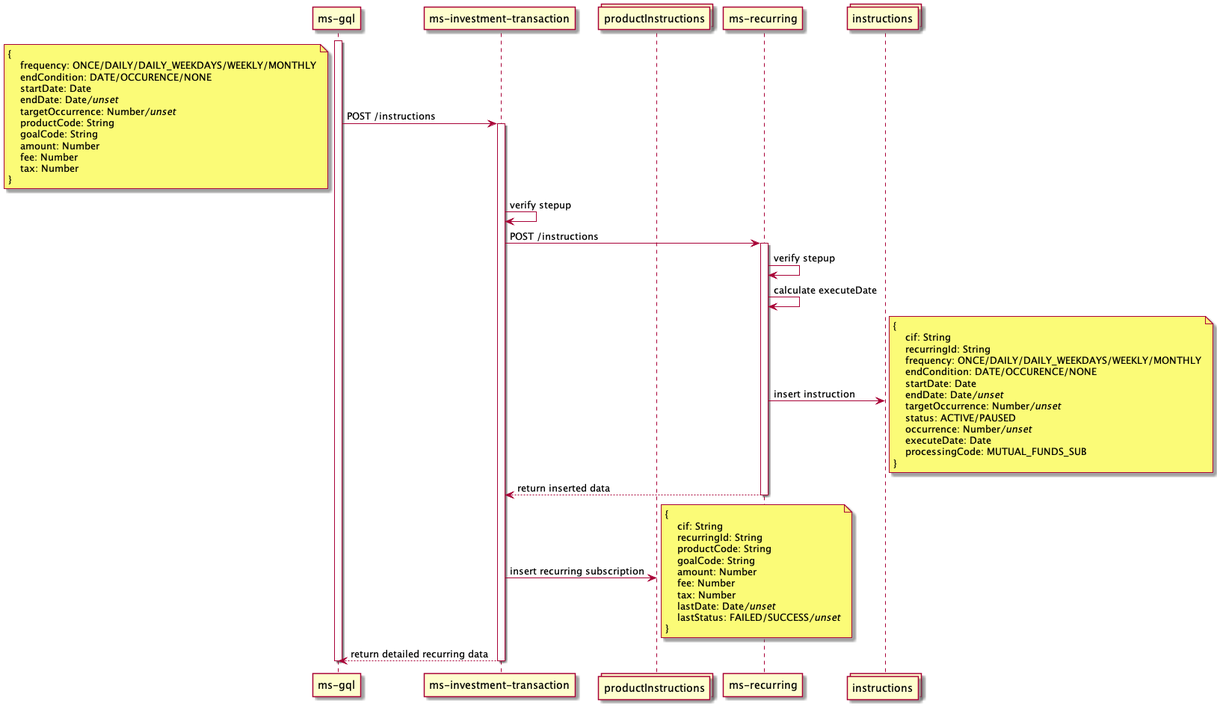
Above: out/mfRecurring/mutual funds recurring.png in iksena/jenius-uml (PlantUML), before the change.
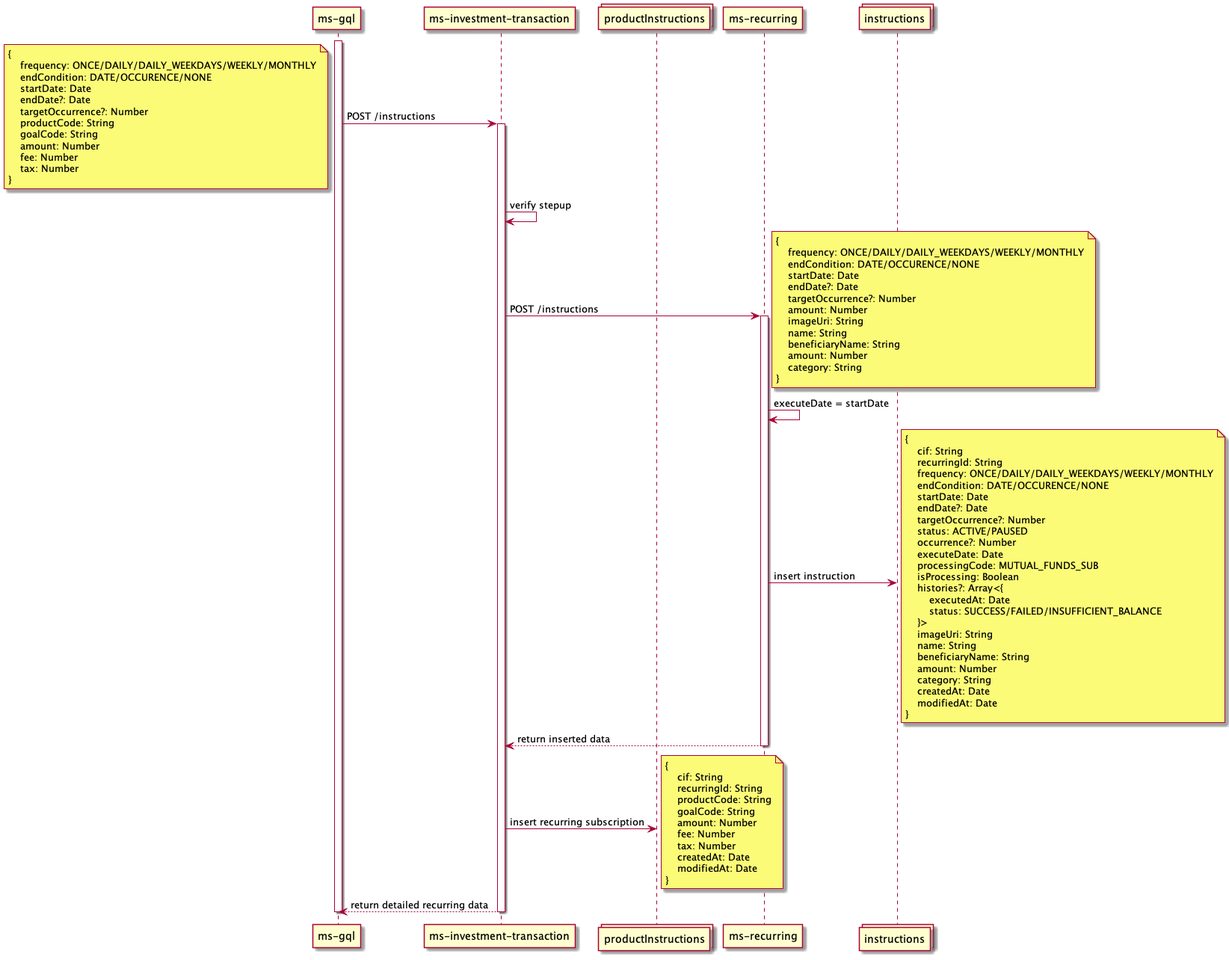
The same diagram one commit later.

Diff of the diagram source:
```diff
@@ -13,8 +13,8 @@
     frequency: ONCE/DAILY/DAILY_WEEKDAYS/WEEKLY/MONTHLY
     endCondition: DATE/OCCURENCE/NONE
     startDate: Date
-    endDate: Date///unset//
-    targetOccurrence: Number///unset//
+    endDate?: Date
+    targetOccurrence?: Number
     productCode: String
     goalCode: String
     amount: Number
@@ -25,9 +25,23 @@
 activate mit
 mit -> mit: verify stepup
 mit -> mr: POST /instructions
+note right
+{
+    frequency: ONCE/DAILY/DAILY_WEEKDAYS/WEEKLY/MONTHLY
+    endCondition: DATE/OCCURENCE/NONE
+    startDate: Date
+    endDate?: Date
+    targetOccurrence?: Number
+    amount: Number
+    imageUri: String
+    name: String
+    beneficiaryName: String
+    amount: Number
+    category: String
+}
+end note
 activate mr
-mr -> mr: verify stepup
-mr -> mr: calculate executeDate
+mr -> mr: executeDate = startDate
 mr -> recs: insert instruction
 note right
 {
@@ -36,12 +50,24 @@
     frequency: ONCE/DAILY/DAILY_WEEKDAYS/WEEKLY/MONTHLY
     endCondition: DATE/OCCURENCE/NONE
     startDate: Date
-    endDate: Date///unset//
-    targetOccurrence: Number///unset//
+    endDate?: Date
+    targetOccurrence?: Number
     status: ACTIVE/PAUSED
-    occurrence: Number///unset//
+    occurrence?: Number
     executeDate: Date
     processingCode: MUTUAL_FUNDS_SUB
+    isProcessing: Boolean
+    histories?: Array<{
+        executedAt: Date
+        status: SUCCESS/FAILED/INSUFFICIENT_BALANCE
+    }>
+    imageUri: String
+    name: String
+    beneficiaryName: String
+    amount: Number
+    category: String
+    createdAt: Date
+    modifiedAt: Date
 }
 end note
 mr --> mit: return inserted data
@@ -56,8 +82,8 @@
     amount: Number
     fee: Number
     tax: Number
-    lastDate: Date///unset//
-    lastStatus: FAILED/SUCCESS///unset//
+    createdAt: Date
+    modifiedAt: Date
 }
 end note
 mit --> mg: return detailed recurring data
```
